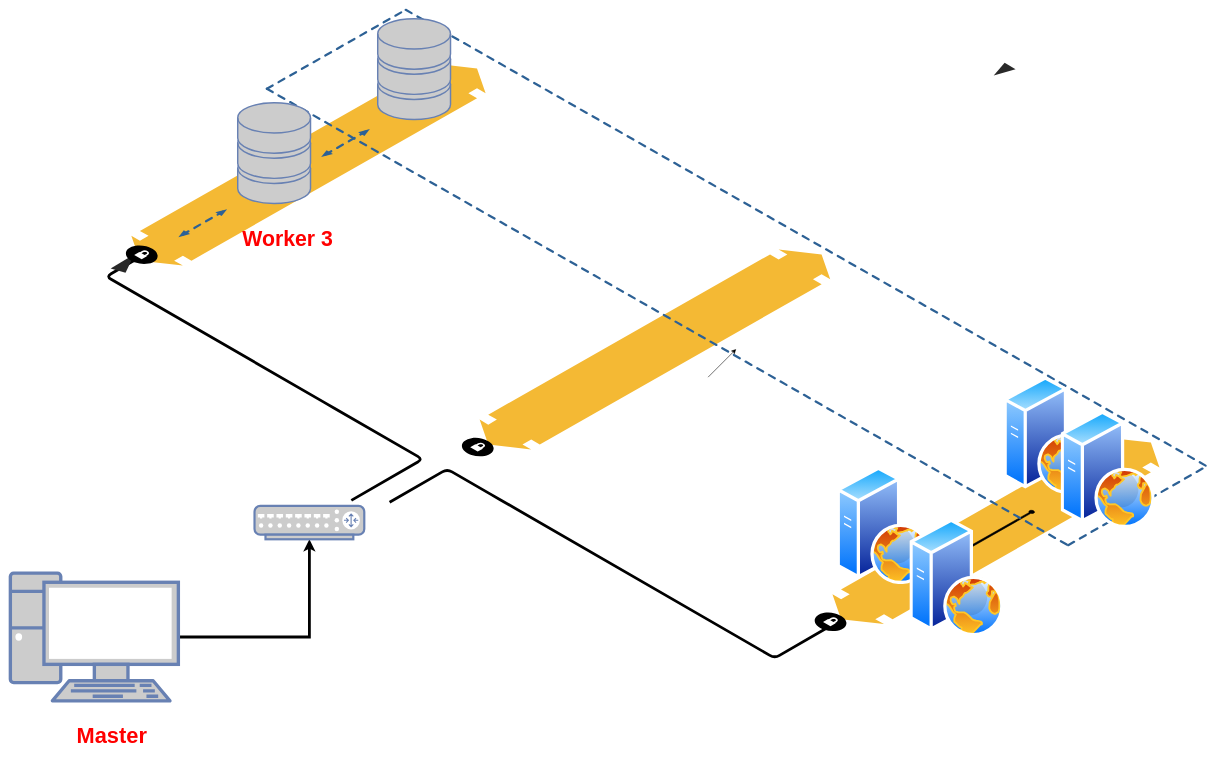
Above: infra.drawio in AyoubTe/AyoubTe (draw.io), before the change. Source tidied: cells renumbered, new cells numbered last; positions are measured from the earlier drawing's top-left corner, leaving out a move shared by most shapes. Both pictures are drawn from the tidied source at 56%, with x=0, y=0 at pixel (10, 10).
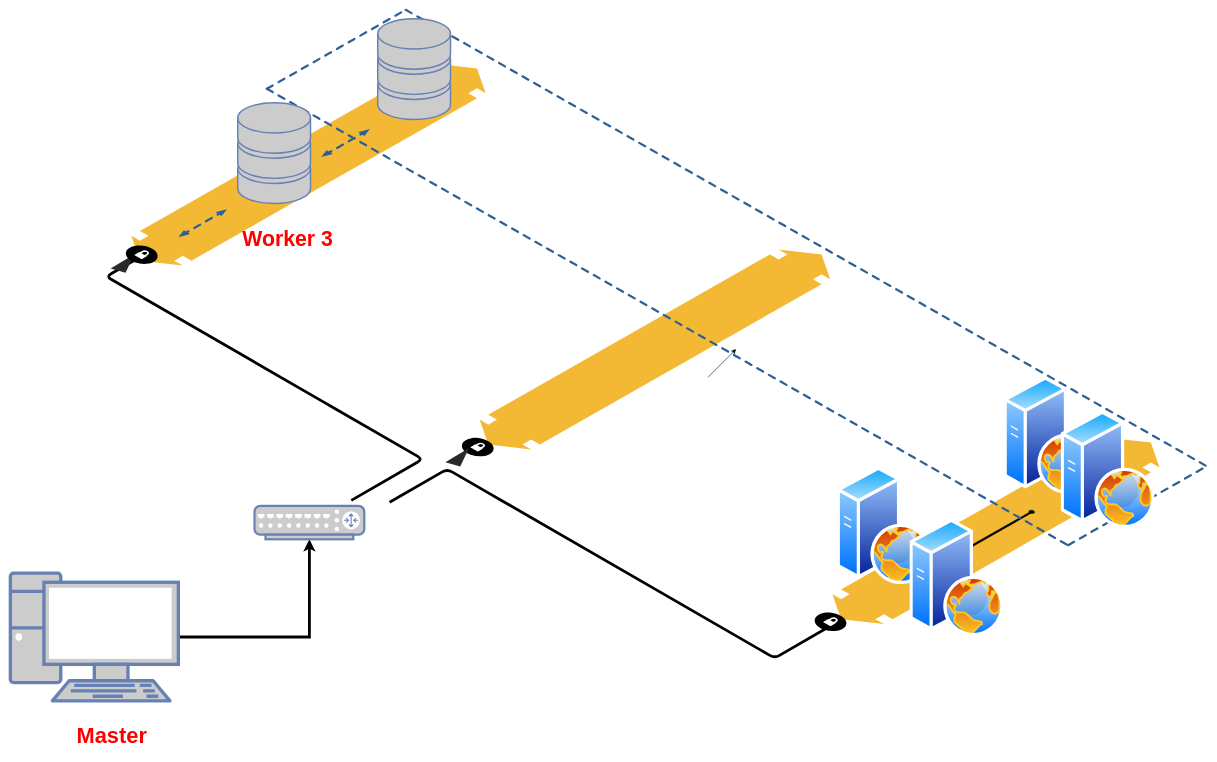
The same page after the edit.

Commit message (it also covers changes not shown here):
Mettre à jour infra.drawio

What changed in the source:
```diff
@@
-    <mxCell id="17" style="verticalLabelPosition=bottom;html=1;verticalAlign=top;strokeWidth=1;dashed=0;shape=mxgraph.aws3d.arrowhead;rounded=1;shadow=0;comic=0;fillColor=none;fontFamily=Verdana;fontSize=12;fontColor=#000000;flipV=1;" parent="1" vertex="1">
-      <mxGeometry x="1756" y="94.5" width="39" height="23" as="geometry" />
-    </mxCell>
@@
+    <mxCell id="31" style="verticalLabelPosition=bottom;html=1;verticalAlign=top;strokeWidth=1;dashed=0;shape=mxgraph.aws3d.arrowhead;rounded=1;shadow=0;comic=0;fillColor=none;fontFamily=Verdana;fontSize=12;fontColor=#000000;flipV=1;rotation=-195;" parent="1" vertex="1">
+      <mxGeometry x="776" y="788" width="47.5" height="28" as="geometry" />
+    </mxCell>
```
